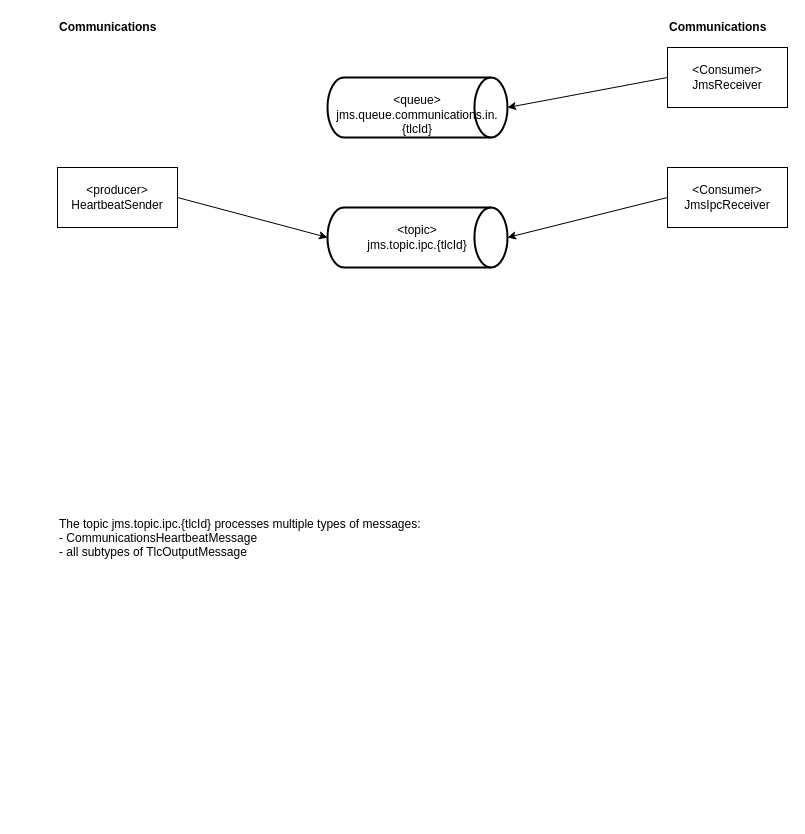
ahup/drawings keeps this draw.io diagram as Untitled Diagram.drawio. Above is the earlier version. Source tidied: cells renumbered, new cells numbered last; positions are measured from the earlier drawing's top-left corner, leaving out a move shared by most shapes. Both pictures are drawn from the tidied source at 100%, with x=0, y=0 at pixel (57, 17).
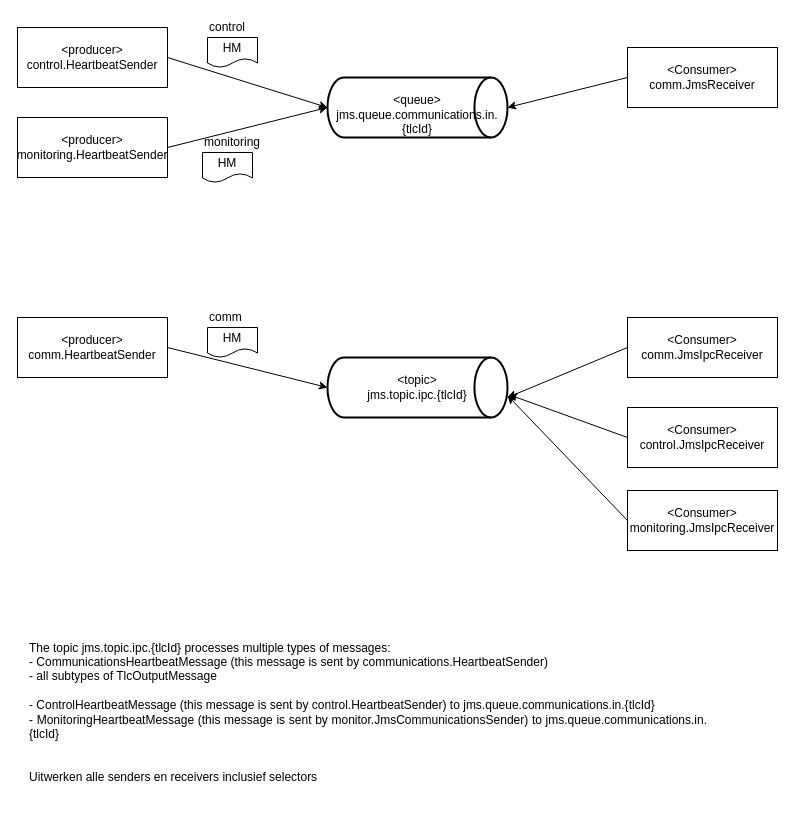
The same diagram, later.

Unchanged cells that the change refers to:
```xml
<mxCell id="2" value="&lt;br&gt;&amp;lt;queue&amp;gt;&lt;br&gt;jms.queue.communications.in.{tlcId}" style="strokeWidth=2;html=1;shape=mxgraph.flowchart.direct_data;whiteSpace=wrap;" parent="1" vertex="1">
  <mxGeometry x="270" y="60" width="180" height="60" as="geometry" />
</mxCell>
```

The edit, as a diff of the source:
```diff
@@
     <mxCell id="3" value="&amp;lt;topic&amp;gt;&lt;br&gt;jms.topic.ipc.{tlcId}" style="strokeWidth=2;html=1;shape=mxgraph.flowchart.direct_data;whiteSpace=wrap;" parent="1" vertex="1">
-      <mxGeometry x="270" y="190" width="180" height="60" as="geometry" />
+      <mxGeometry x="270" y="340" width="180" height="60" as="geometry" />
     </mxCell>
-    <mxCell id="4" value="&amp;lt;producer&amp;gt;&lt;br&gt;HeartbeatSender" style="rounded=0;whiteSpace=wrap;html=1;" parent="1" vertex="1">
-      <mxGeometry y="150" width="120" height="60" as="geometry" />
+    <mxCell id="4" value="&amp;lt;producer&amp;gt;&lt;br&gt;comm.HeartbeatSender" style="rounded=0;whiteSpace=wrap;html=1;" parent="1" vertex="1">
+      <mxGeometry x="-40" y="300" width="150" height="60" as="geometry" />
     </mxCell>
-    <mxCell id="5" value="&lt;b&gt;Communications&lt;/b&gt;" style="text;html=1;strokeColor=none;fillColor=none;align=left;verticalAlign=middle;whiteSpace=wrap;rounded=0;" parent="1" vertex="1">
-      <mxGeometry width="110" height="20" as="geometry" />
-    </mxCell>
@@
-    <mxCell id="7" value="&lt;div style=&quot;text-align: justify&quot;&gt;The topic jms.topic.ipc.{tlcId} processes multiple types of messages:&lt;/div&gt;&lt;div style=&quot;text-align: justify&quot;&gt;- CommunicationsHeartbeatMessage&lt;/div&gt;&lt;div style=&quot;text-align: justify&quot;&gt;- all subtypes of TlcOutputMessage&lt;/div&gt;&lt;div style=&quot;text-align: justify&quot;&gt;&lt;br&gt;&lt;/div&gt;&lt;div style=&quot;text-align: justify&quot;&gt;&lt;br&gt;&lt;/div&gt;" style="text;html=1;strokeColor=none;fillColor=none;align=left;verticalAlign=middle;whiteSpace=wrap;rounded=0;" parent="1" vertex="1">
-      <mxGeometry y="430" width="680" height="210" as="geometry" />
+    <mxCell id="7" value="&lt;div style=&quot;text-align: justify&quot;&gt;The topic jms.topic.ipc.{tlcId} processes multiple types of messages:&lt;/div&gt;&lt;div style=&quot;text-align: justify&quot;&gt;- CommunicationsHeartbeatMessage (this message is sent by communications.HeartbeatSender)&lt;/div&gt;&lt;div style=&quot;text-align: justify&quot;&gt;- all subtypes of TlcOutputMessage&lt;/div&gt;&lt;div style=&quot;text-align: justify&quot;&gt;&lt;br&gt;&lt;/div&gt;&lt;div style=&quot;text-align: justify&quot;&gt;- ControlHeartbeatMessage (this message is sent by control.HeartbeatSender) to jms.queue.communications.in.{tlcId}&lt;br&gt;&lt;/div&gt;&lt;div style=&quot;text-align: justify&quot;&gt;- MonitoringHeartbeatMessage (this message is sent by monitor.JmsCommunicationsSender) to jms.queue.communications.in.{tlcId}&lt;br&gt;&lt;/div&gt;&lt;div style=&quot;text-align: justify&quot;&gt;&lt;br&gt;&lt;/div&gt;&lt;div style=&quot;text-align: justify&quot;&gt;&lt;br&gt;&lt;/div&gt;&lt;div style=&quot;text-align: justify&quot;&gt;Uitwerken alle senders en receivers inclusief selectors&lt;/div&gt;" style="text;html=1;strokeColor=none;fillColor=none;align=left;verticalAlign=middle;whiteSpace=wrap;rounded=0;" parent="1" vertex="1">
+      <mxGeometry x="-30" y="590" width="680" height="210" as="geometry" />
     </mxCell>
-    <mxCell id="8" value="&amp;lt;Consumer&amp;gt;&lt;br&gt;JmsReceiver" style="rounded=0;whiteSpace=wrap;html=1;" parent="1" vertex="1">
-      <mxGeometry x="610" y="30" width="120" height="60" as="geometry" />
+    <mxCell id="8" value="&amp;lt;Consumer&amp;gt;&lt;br&gt;comm.JmsReceiver" style="rounded=0;whiteSpace=wrap;html=1;" parent="1" vertex="1">
+      <mxGeometry x="570" y="30" width="150" height="60" as="geometry" />
     </mxCell>
-    <mxCell id="9" value="&lt;b&gt;Communications&lt;/b&gt;" style="text;html=1;strokeColor=none;fillColor=none;align=left;verticalAlign=middle;whiteSpace=wrap;rounded=0;" parent="1" vertex="1">
-      <mxGeometry x="610" width="110" height="20" as="geometry" />
-    </mxCell>
@@
-    <mxCell id="11" value="&amp;lt;Consumer&amp;gt;&lt;br&gt;JmsIpcReceiver" style="rounded=0;whiteSpace=wrap;html=1;" parent="1" vertex="1">
-      <mxGeometry x="610" y="150" width="120" height="60" as="geometry" />
+    <mxCell id="11" value="&amp;lt;Consumer&amp;gt;&lt;br&gt;comm.JmsIpcReceiver" style="rounded=0;whiteSpace=wrap;html=1;" parent="1" vertex="1">
+      <mxGeometry x="570" y="300" width="150" height="60" as="geometry" />
     </mxCell>
-    <mxCell id="12" style="endArrow=classic;html=1;exitX=0;exitY=0.5;exitDx=0;exitDy=0;entryX=1;entryY=0.5;entryDx=0;entryDy=0;entryPerimeter=0;" parent="1" edge="1" source="11" target="3">
-      <mxGeometry relative="1" as="geometry" />
+    <mxCell id="12" style="endArrow=classic;html=1;exitX=0;exitY=0.5;exitDx=0;exitDy=0;" parent="1" edge="1" source="11">
+      <mxGeometry relative="1" as="geometry">
+        <mxPoint x="450" y="380" as="targetPoint" />
+      </mxGeometry>
     </mxCell>
+    <mxCell id="13" value="&amp;lt;producer&amp;gt;&lt;br&gt;control.HeartbeatSender" style="rounded=0;whiteSpace=wrap;html=1;" parent="1" vertex="1">
+      <mxGeometry x="-40" y="10" width="150" height="60" as="geometry" />
+    </mxCell>
+    <mxCell id="14" style="endArrow=classic;html=1;exitX=1;exitY=0.5;exitDx=0;exitDy=0;entryX=0;entryY=0.5;entryDx=0;entryDy=0;entryPerimeter=0;" parent="1" edge="1" source="13" target="2">
+      <mxGeometry relative="1" as="geometry" />
+    </mxCell>
+    <mxCell id="15" value="HM" style="shape=document;whiteSpace=wrap;html=1;boundedLbl=1;" parent="1" vertex="1">
+      <mxGeometry x="150" y="310" width="50" height="30" as="geometry" />
+    </mxCell>
+    <mxCell id="16" value="HM" style="shape=document;whiteSpace=wrap;html=1;boundedLbl=1;" parent="1" vertex="1">
+      <mxGeometry x="150" y="20" width="50" height="30" as="geometry" />
+    </mxCell>
+    <mxCell id="17" value="comm" style="text;html=1;strokeColor=none;fillColor=none;align=left;verticalAlign=middle;whiteSpace=wrap;rounded=0;" parent="1" vertex="1">
+      <mxGeometry x="150" y="290" width="90" height="20" as="geometry" />
+    </mxCell>
+    <mxCell id="18" value="control" style="text;html=1;strokeColor=none;fillColor=none;align=left;verticalAlign=middle;whiteSpace=wrap;rounded=0;" parent="1" vertex="1">
+      <mxGeometry x="150" width="40" height="20" as="geometry" />
+    </mxCell>
+    <mxCell id="19" value="&amp;lt;Consumer&amp;gt;&lt;br&gt;control.JmsIpcReceiver" style="rounded=0;whiteSpace=wrap;html=1;" parent="1" vertex="1">
+      <mxGeometry x="570" y="390" width="150" height="60" as="geometry" />
+    </mxCell>
+    <mxCell id="20" style="endArrow=classic;html=1;exitX=0;exitY=0.5;exitDx=0;exitDy=0;entryX=1.006;entryY=0.617;entryDx=0;entryDy=0;entryPerimeter=0;" parent="1" edge="1" source="19" target="3">
+      <mxGeometry relative="1" as="geometry" />
+    </mxCell>
+    <mxCell id="21" value="&amp;lt;Consumer&amp;gt;&lt;br&gt;monitoring.JmsIpcReceiver" style="rounded=0;whiteSpace=wrap;html=1;" parent="1" vertex="1">
+      <mxGeometry x="570" y="473" width="150" height="60" as="geometry" />
+    </mxCell>
+    <mxCell id="22" style="endArrow=classic;html=1;exitX=0;exitY=0.5;exitDx=0;exitDy=0;entryX=1;entryY=0.633;entryDx=0;entryDy=0;entryPerimeter=0;" parent="1" edge="1" source="21" target="3">
+      <mxGeometry relative="1" as="geometry" />
+    </mxCell>
+    <mxCell id="23" value="&amp;lt;producer&amp;gt;&lt;br&gt;monitoring.HeartbeatSender" style="rounded=0;whiteSpace=wrap;html=1;" parent="1" vertex="1">
+      <mxGeometry x="-40" y="100" width="150" height="60" as="geometry" />
+    </mxCell>
+    <mxCell id="24" style="endArrow=classic;html=1;exitX=1;exitY=0.5;exitDx=0;exitDy=0;entryX=0;entryY=0.5;entryDx=0;entryDy=0;entryPerimeter=0;" parent="1" edge="1" target="2">
+      <mxGeometry relative="1" as="geometry">
+        <mxPoint x="110" y="130" as="sourcePoint" />
+      </mxGeometry>
+    </mxCell>
+    <mxCell id="25" value="HM" style="shape=document;whiteSpace=wrap;html=1;boundedLbl=1;" parent="1" vertex="1">
+      <mxGeometry x="145" y="135" width="50" height="30" as="geometry" />
+    </mxCell>
+    <mxCell id="26" value="monitoring" style="text;html=1;strokeColor=none;fillColor=none;align=left;verticalAlign=middle;whiteSpace=wrap;rounded=0;" parent="1" vertex="1">
+      <mxGeometry x="145" y="115" width="40" height="20" as="geometry" />
+    </mxCell>
```
